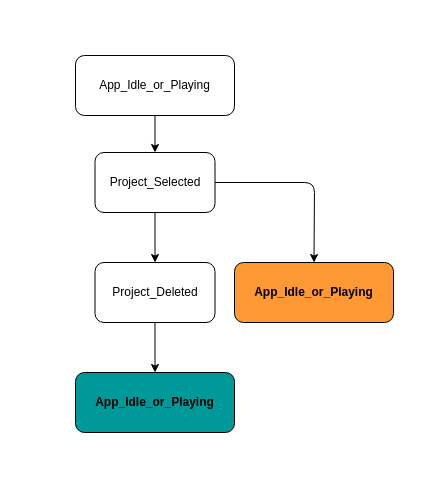
The draw.io diagram docs/04_assignment/schema/03_delete_project/03_transition_tree.drawio in Jumaruba/jtimesched, before the edit. Source tidied: cells renumbered, new cells numbered last; positions are measured from the earlier drawing's top-left corner, leaving out a move shared by most shapes. Both pictures are drawn from the tidied source at 100%, with x=0, y=0 at pixel (17, 17).
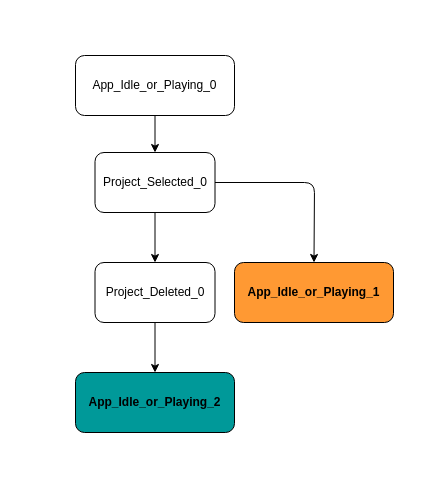
The same diagram, later.

What changed in the source:
```diff
@@
 <mxGraphModel>
   <root>
     <mxCell id="0" />
     <mxCell id="1" parent="0" />
     <mxCell id="2" style="rounded=0;whiteSpace=wrap;html=1;fillColor=#FFFFFF;strokeColor=none;strokeWidth=0;" parent="1" vertex="1">
       <mxGeometry width="410" height="445" as="geometry" />
     </mxCell>
     <mxCell id="3" style="edgeStyle=none;html=1;entryX=0.5;entryY=0;entryDx=0;entryDy=0;strokeColor=#000000;" parent="1" edge="1" source="4" target="7">
       <mxGeometry relative="1" as="geometry" />
     </mxCell>
-    <mxCell id="4" value="App_Idle_or_Playing" style="rounded=1;whiteSpace=wrap;html=1;strokeColor=#000000;fillColor=none;fontColor=#000000;" parent="1" vertex="1">
+    <mxCell id="4" value="App_Idle_or_Playing_0" style="rounded=1;whiteSpace=wrap;html=1;strokeColor=#000000;fillColor=none;fontColor=#000000;" parent="1" vertex="1">
       <mxGeometry x="58" y="38" width="159" height="60" as="geometry" />
     </mxCell>
     <mxCell id="5" style="edgeStyle=none;html=1;strokeColor=#000000;" parent="1" edge="1" source="7" target="9">
       <mxGeometry relative="1" as="geometry" />
     </mxCell>
     <mxCell id="6" style="edgeStyle=none;html=1;entryX=0.5;entryY=0;entryDx=0;entryDy=0;strokeColor=#000000;" parent="1" edge="1" source="7" target="11">
       <mxGeometry relative="1" as="geometry">
         <Array as="points">
           <mxPoint x="297" y="165" />
         </Array>
       </mxGeometry>
     </mxCell>
-    <mxCell id="7" value="Project_Selected" style="rounded=1;whiteSpace=wrap;html=1;strokeColor=#000000;fillColor=none;fontColor=#000000;" parent="1" vertex="1">
+    <mxCell id="7" value="Project_Selected_0" style="rounded=1;whiteSpace=wrap;html=1;strokeColor=#000000;fillColor=none;fontColor=#000000;" parent="1" vertex="1">
       <mxGeometry x="77.5" y="135" width="120" height="60" as="geometry" />
     </mxCell>
     <mxCell id="8" style="edgeStyle=none;html=1;strokeColor=#000000;" parent="1" edge="1" source="9" target="10">
       <mxGeometry relative="1" as="geometry" />
     </mxCell>
-    <mxCell id="9" value="Project_Deleted" style="rounded=1;whiteSpace=wrap;html=1;strokeColor=#000000;fillColor=none;fontColor=#000000;" parent="1" vertex="1">
+    <mxCell id="9" value="Project_Deleted_0" style="rounded=1;whiteSpace=wrap;html=1;strokeColor=#000000;fillColor=none;fontColor=#000000;" parent="1" vertex="1">
       <mxGeometry x="77.5" y="245" width="120" height="60" as="geometry" />
     </mxCell>
-    <mxCell id="10" value="&lt;font&gt;App_Idle_or_Playing&lt;/font&gt;" style="rounded=1;whiteSpace=wrap;html=1;fillColor=#009999;strokeColor=#000000;fontColor=#000000;fontStyle=1;" parent="1" vertex="1">
+    <mxCell id="10" value="&lt;font&gt;App_Idle_or_Playing_2&lt;/font&gt;" style="rounded=1;whiteSpace=wrap;html=1;fillColor=#009999;strokeColor=#000000;fontColor=#000000;fontStyle=1;" parent="1" vertex="1">
       <mxGeometry x="58" y="355" width="159" height="60" as="geometry" />
     </mxCell>
-    <mxCell id="11" value="App_Idle_or_Playing" style="rounded=1;whiteSpace=wrap;html=1;fillColor=#FF9933;strokeColor=#000000;fontColor=#000000;fontStyle=1;" parent="1" vertex="1">
+    <mxCell id="11" value="App_Idle_or_Playing_1" style="rounded=1;whiteSpace=wrap;html=1;fillColor=#FF9933;strokeColor=#000000;fontColor=#000000;fontStyle=1;" parent="1" vertex="1">
       <mxGeometry x="217" y="245" width="159" height="60" as="geometry" />
     </mxCell>
   </root>
 </mxGraphModel>
```
